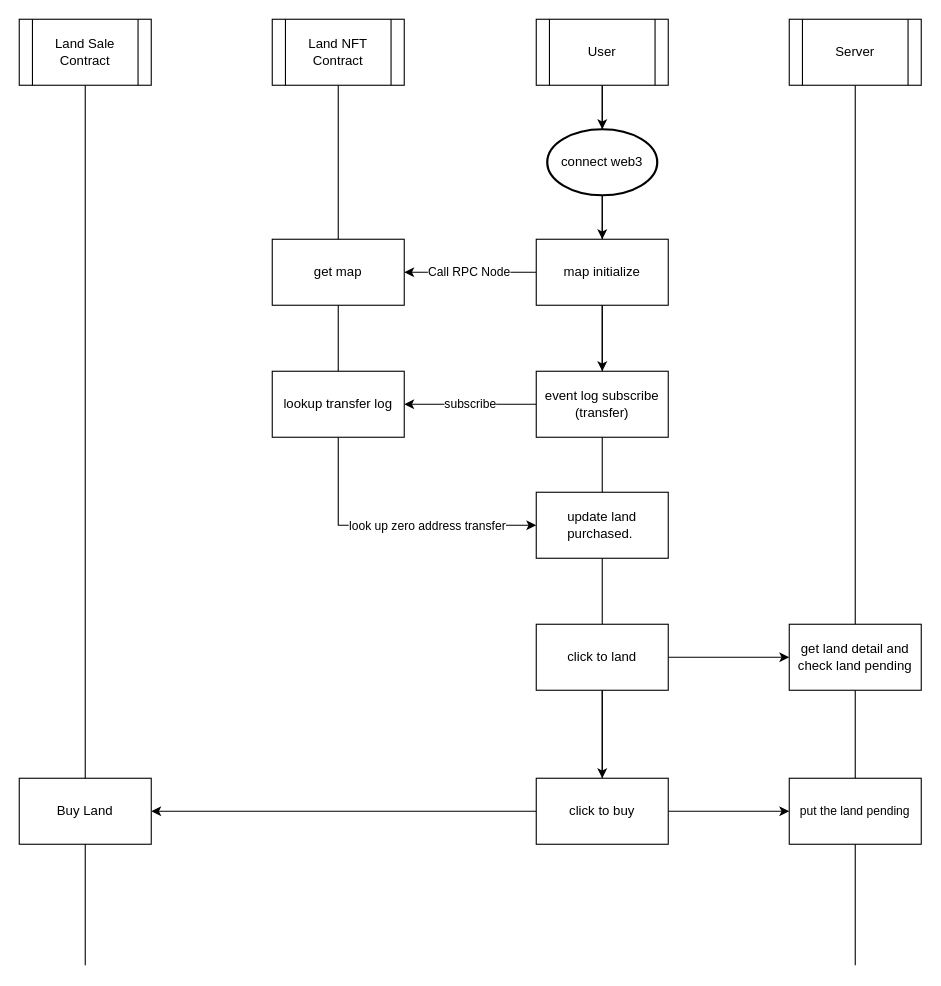
memberteen/craftdefi-ecosystem keeps this draw.io diagram as landsale-flow.drawio. Above is the earlier version. Source tidied: cells renumbered, new cells numbered last; positions are measured from the earlier drawing's top-left corner, leaving out a move shared by most shapes. Both pictures are drawn from the tidied source at 110%, with x=0, y=0 at pixel (19, 19).
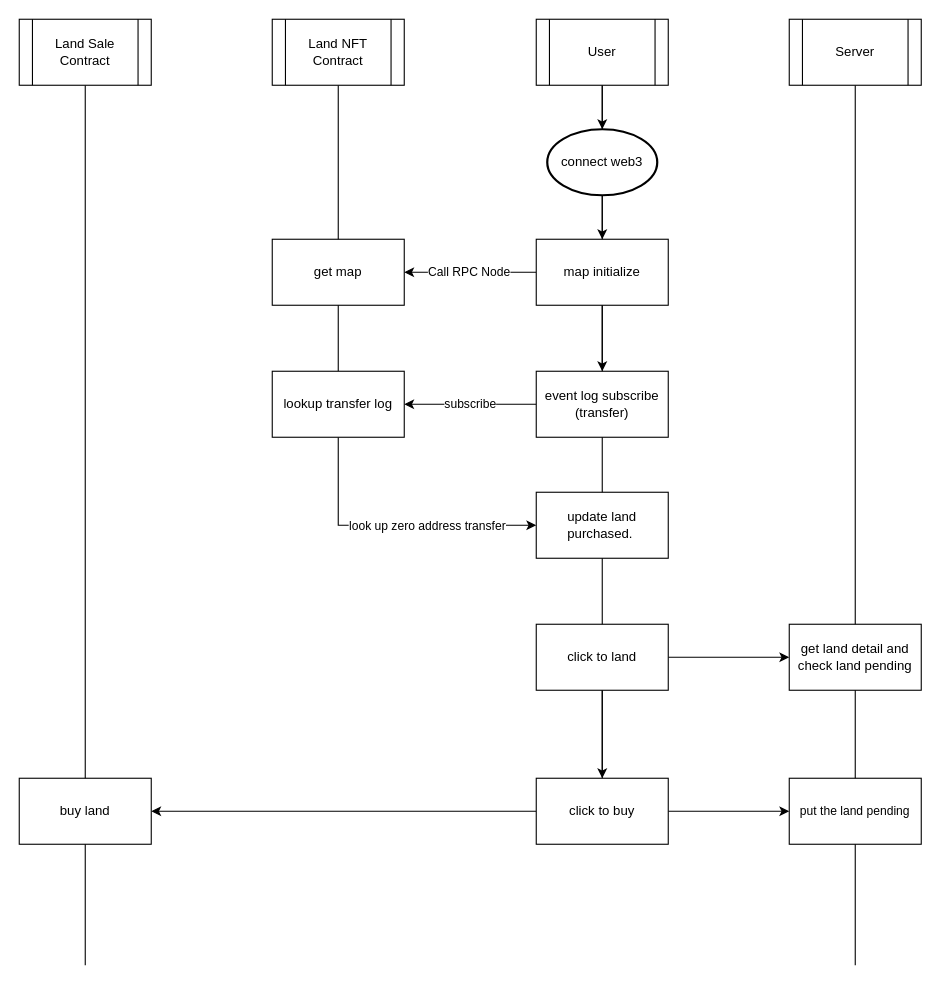
After the change.

The edit, as a diff of the source:
```diff
@@
-    <mxCell id="31" value="Buy Land" style="rounded=0;whiteSpace=wrap;html=1;" parent="1" vertex="1">
+    <mxCell id="31" value="buy land" style="rounded=0;whiteSpace=wrap;html=1;" parent="1" vertex="1">
       <mxGeometry y="690" width="120" height="60" as="geometry" />
     </mxCell>
```
